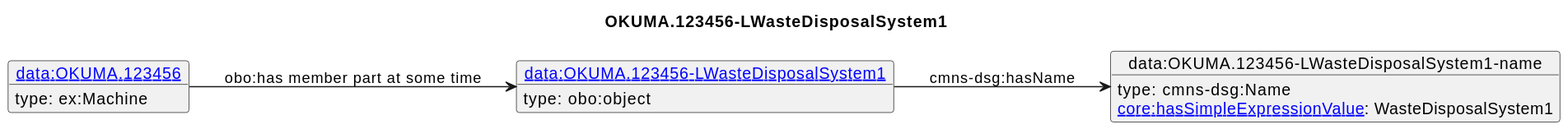
This is diagrams/OKUMA.123456-LWasteDisposalSystem1.svg from iofoundry/example-syseng-mtconnect, a PlantUML export, as it was before one commit.
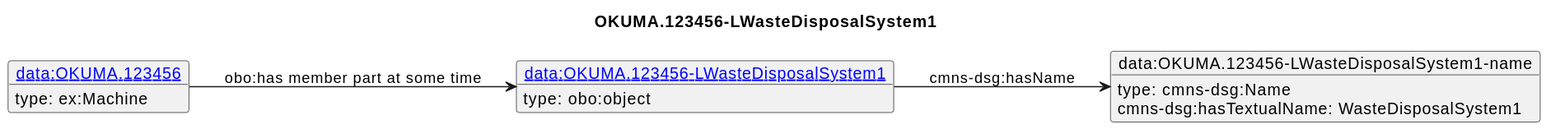
The same diagram one commit later.

Diff of the diagram source:
```diff
@@ -12,6 +12,6 @@
  type: ex:Machine
 }
 o1 --> o2 : cmns-dsg:hasName
-o2 : [[https://spec.industrialontologies.org/ontology/core/Core/hasSimpleExpressionValue core:hasSimpleExpressionValue]]: WasteDisposalSystem1
+o2 : cmns-dsg:hasTextualName: WasteDisposalSystem1
 o3 --> o1 : obo:has member part at some time
 @enduml
```
